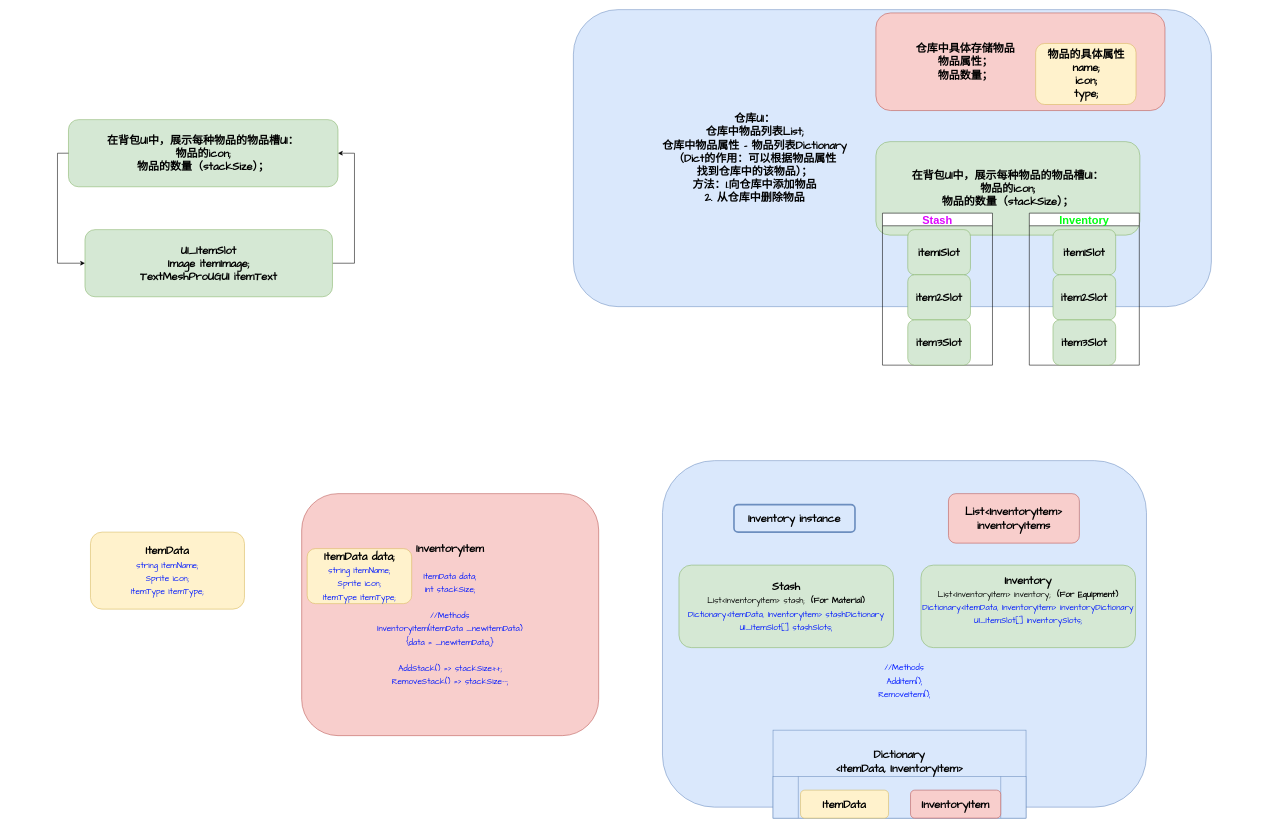
This is Inventory.drawio from Jormungandr5/iodraw-files, a draw.io file, before an edit. Source tidied: cells renumbered, new cells numbered last; positions are measured from the earlier drawing's top-left corner, leaving out a move shared by most shapes. Both pictures are drawn from the tidied source at 55%, with x=0, y=0 at pixel (68, 9).
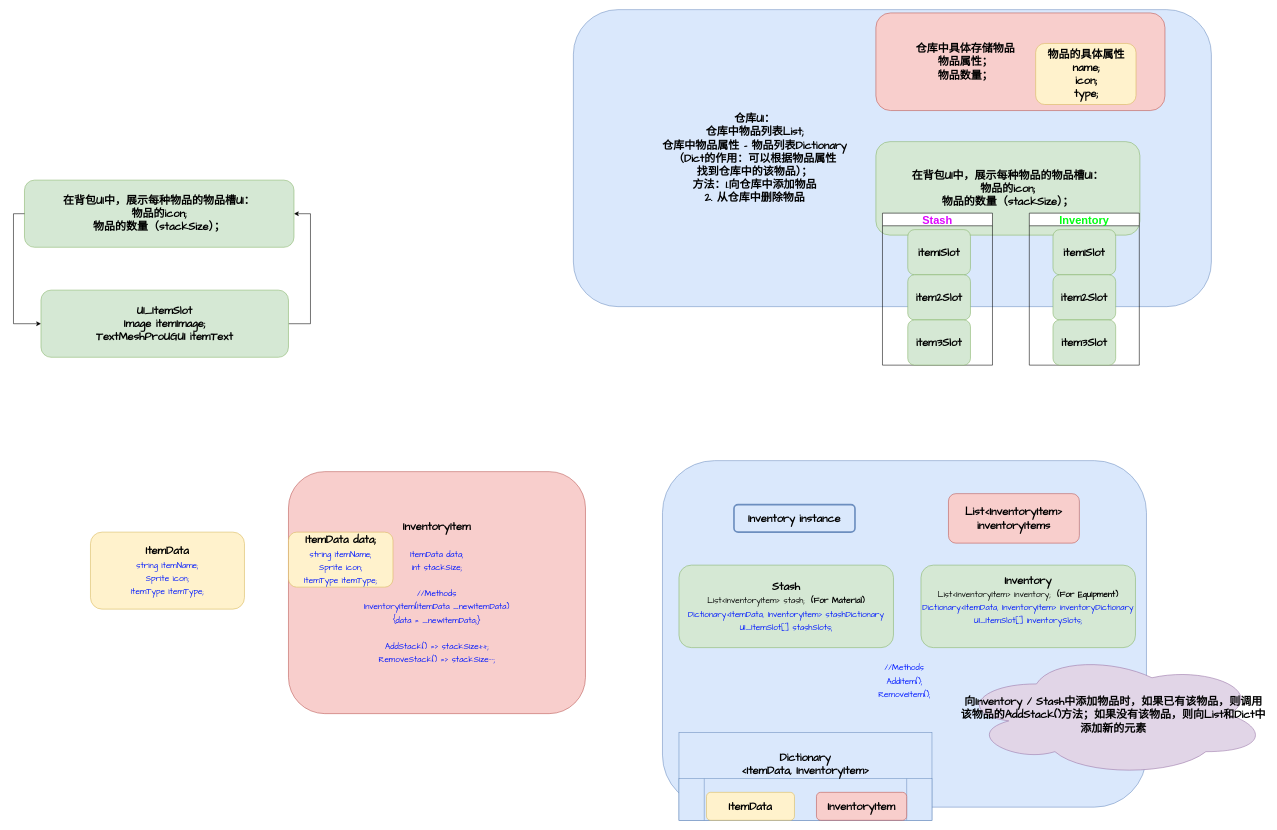
The same page after the edit.

Change to the diagram source:
```diff
@@
     <mxCell id="3" style="group;" parent="1" vertex="1">
-      <mxGeometry x="424" y="880" width="540" height="440" as="geometry" />
+      <mxGeometry x="400" y="840" width="540" height="440" as="geometry" />
     </mxCell>
@@
     <mxCell id="5" value="ItemData data;&lt;div&gt;&lt;span style=&quot;font-weight: normal;&quot;&gt;&lt;font style=&quot;font-size: 15px; color: rgb(0, 25, 255);&quot;&gt;string itemName;&lt;/font&gt;&lt;/span&gt;&lt;/div&gt;&lt;div&gt;&lt;span style=&quot;font-weight: normal;&quot;&gt;&lt;font style=&quot;font-size: 15px; color: rgb(0, 25, 255);&quot;&gt;Sprite icon;&lt;/font&gt;&lt;/span&gt;&lt;/div&gt;&lt;div&gt;&lt;span style=&quot;color: rgb(0, 25, 255); font-size: 15px; font-weight: 400;&quot;&gt;ItemType itemType;&lt;/span&gt;&lt;span style=&quot;font-weight: normal;&quot;&gt;&lt;font style=&quot;font-size: 15px; color: rgb(0, 25, 255);&quot;&gt;&lt;/font&gt;&lt;/span&gt;&lt;/div&gt;" style="rounded=1;whiteSpace=wrap;html=1;fillColor=#fff2cc;strokeColor=#d6b656;fontSize=20;fontStyle=1;fontFamily=Comic Sans MS;" parent="3" vertex="1">
-      <mxGeometry x="10" y="100" width="190" height="100" as="geometry" />
+      <mxGeometry y="110" width="190" height="100" as="geometry" />
     </mxCell>
@@
     <mxCell id="20" style="group;" parent="1" vertex="1">
-      <mxGeometry y="200" width="520" height="322.1" as="geometry" />
+      <mxGeometry x="-80" y="310" width="520" height="322.1" as="geometry" />
     </mxCell>
@@
     <mxCell id="25" style="group;" parent="1" vertex="1">
-      <mxGeometry x="1080" y="820" width="930" height="650" as="geometry" />
+      <mxGeometry x="1080" y="820" width="1020" height="650" as="geometry" />
     </mxCell>
@@
     <mxCell id="29" style="group;" parent="25" vertex="1">
-      <mxGeometry x="201" y="490" width="460" height="160" as="geometry" />
+      <mxGeometry x="30" y="494" width="460" height="160" as="geometry" />
     </mxCell>
@@
+    <mxCell id="36" value="向Inventory / Stash中添加物品时，如果已有该物品，则调用该物品的AddStack()方法；如果没有该物品，则向List和Dict中添加新的元素" style="ellipse;shape=cloud;whiteSpace=wrap;html=1;fontSize=20;fontStyle=1;fontFamily=Comic Sans MS;fillColor=#e1d5e7;strokeColor=#9673a6;" parent="25" vertex="1">
+      <mxGeometry x="540" y="350" width="560" height="224" as="geometry" />
+    </mxCell>
```
